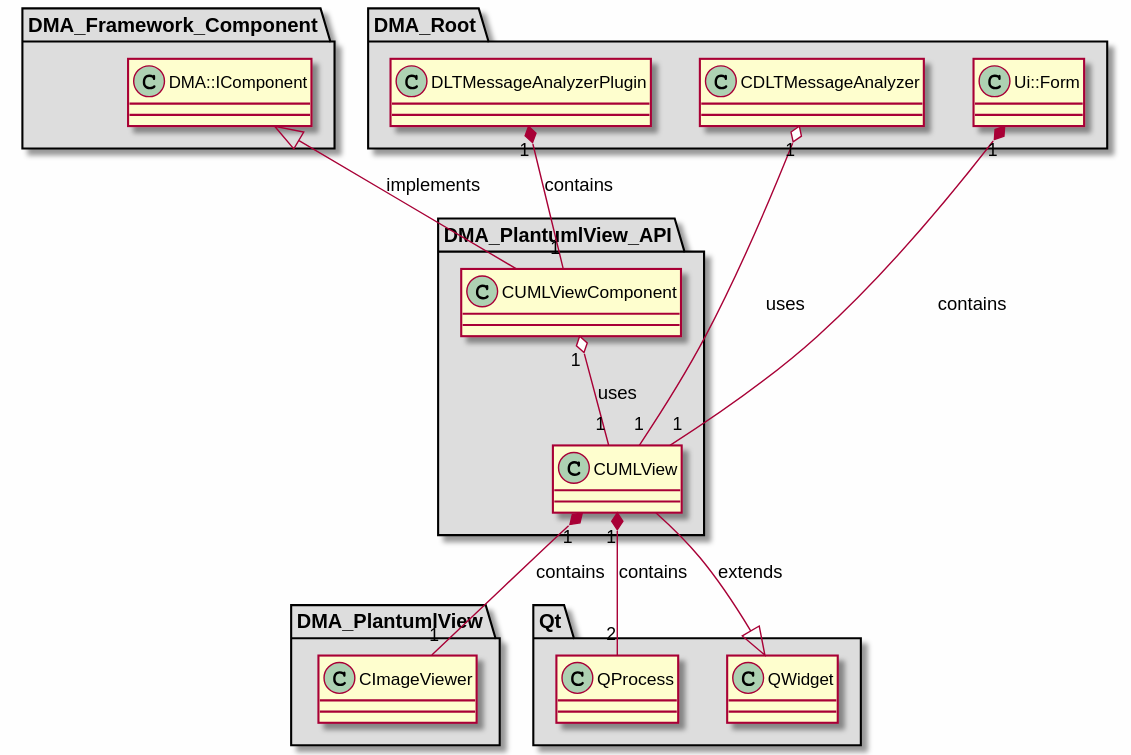
svlad-90/DLT-Message-Analyzer keeps this PlantUML diagram as md/dev_docs/puml/DMA_PlantumlView_API.svg. Above is the earlier version.
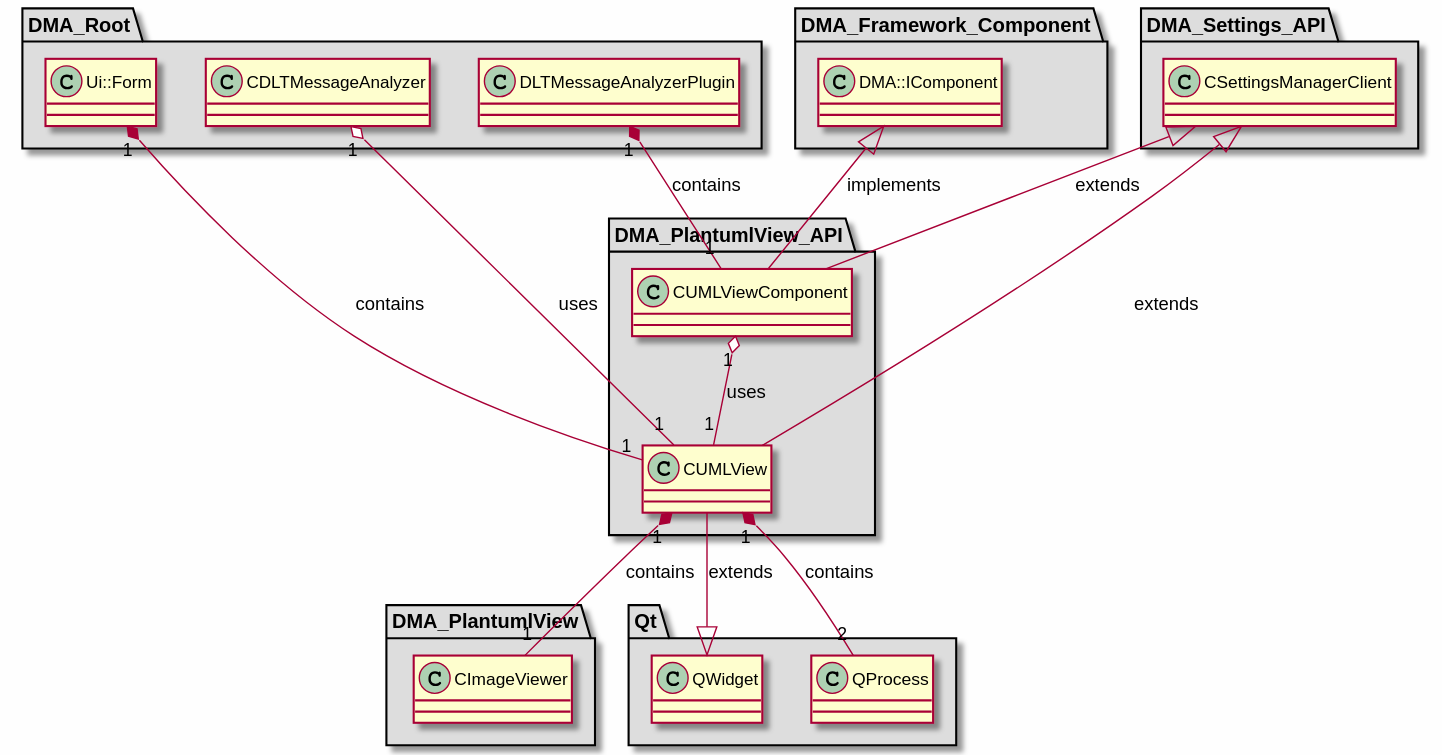
Above is the later version.

What changed in the source:
```diff
@@ -50,6 +50,15 @@
 
 }
 
+package "DMA_Settings_API" #DDDDDD
+{
+
+class "CSettingsManagerClient"
+{
+}
+
+}
+
 package "Qt" #DDDDDD
 {
 
@@ -63,7 +72,9 @@
 
 }
 
+CSettingsManagerClient <|-- CUMLView : extends
 QWidget <|-- CUMLView : extends
+CSettingsManagerClient <|-- CUMLViewComponent : extends
 DMA::IComponent <|-- CUMLViewComponent : implements
 
 CUMLView "1" *-- "1" CImageViewer : contains
```
